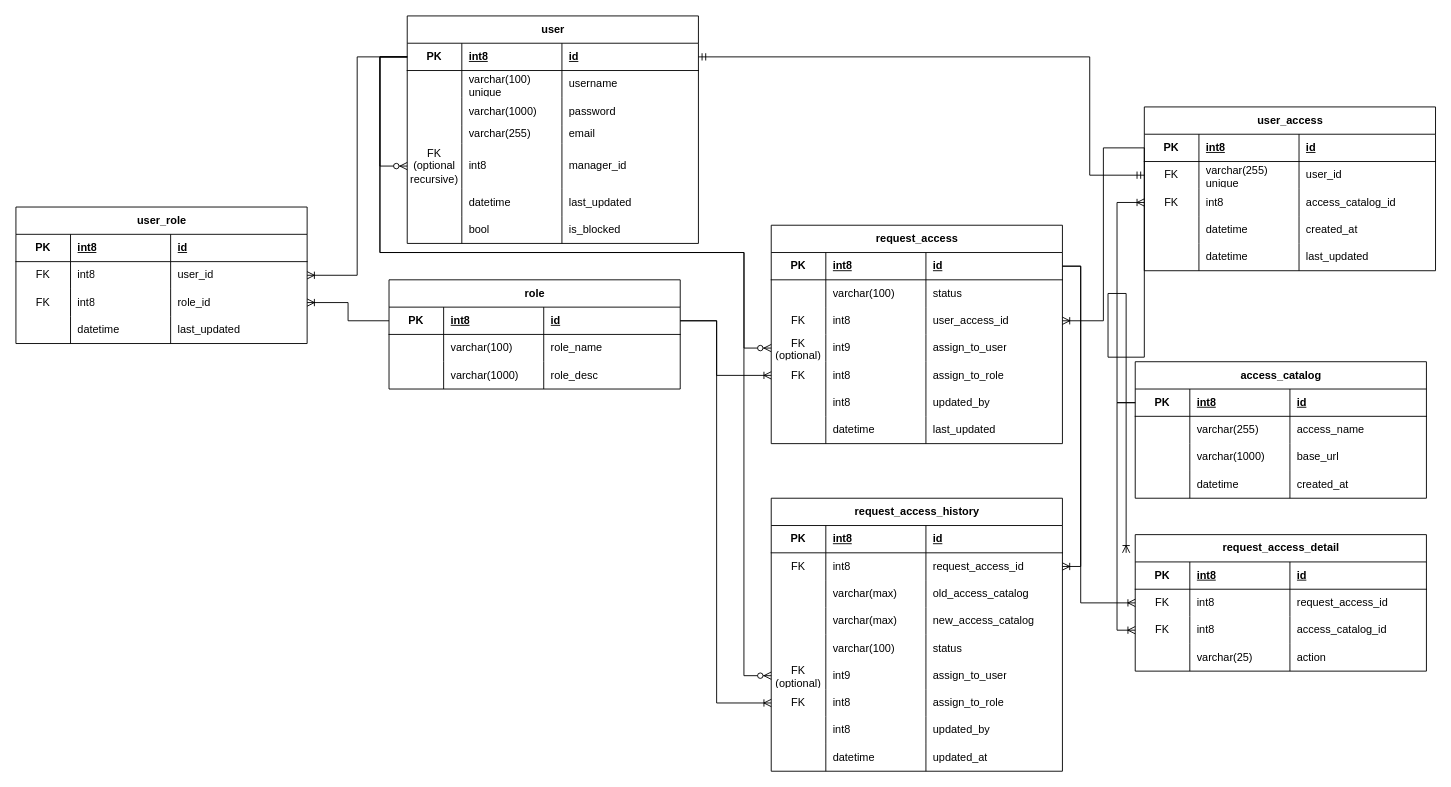
Earlier version of the draw.io diagram iam_service_erd.drawio (DakiGemoy/iam-services). Source tidied: cells renumbered, new cells numbered last; positions are measured from the earlier drawing's top-left corner, leaving out a move shared by most shapes. Both pictures are drawn from the tidied source at 91%, with x=0, y=0 at pixel (15, 15).
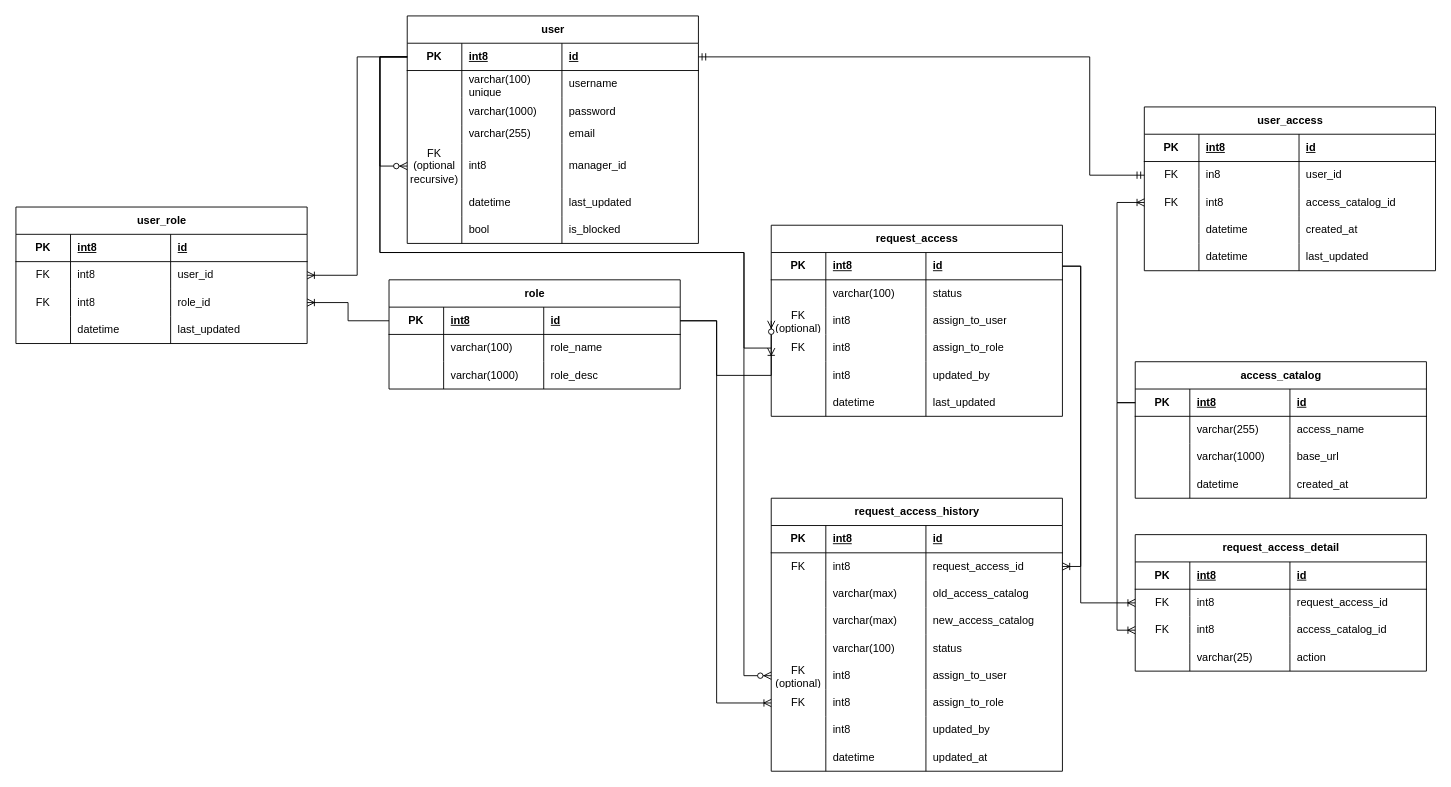
The same diagram, later.

The change refers to these unchanged cells:
```xml
<mxCell id="80" style="shape=tableRow;horizontal=0;startSize=0;swimlaneHead=0;swimlaneBody=0;fillColor=none;points=[[0,0.5],[1,0.5]];portConstraint=eastwest;top=0;left=0;right=0;bottom=1;" parent="79" vertex="1">
  <mxGeometry y="30" width="320" height="30" as="geometry" />
</mxCell>
<mxCell id="84" style="shape=tableRow;horizontal=0;startSize=0;swimlaneHead=0;swimlaneBody=0;fillColor=none;points=[[0,0.5],[1,0.5]];portConstraint=eastwest;top=0;left=0;right=0;bottom=0;" parent="79" vertex="1">
  <mxGeometry y="60" width="320" height="30" as="geometry" />
</mxCell>
<mxCell id="150" style="shape=tableRow;horizontal=0;startSize=0;swimlaneHead=0;swimlaneBody=0;fillColor=none;points=[[0,0.5],[1,0.5]];portConstraint=eastwest;top=0;left=0;right=0;bottom=0;" parent="129" vertex="1">
  <mxGeometry y="180" width="320" height="30" as="geometry" />
</mxCell>
```

Change to the diagram source:
```diff
@@
-    <mxCell id="86" value="varchar(255) unique" style="shape=partialRectangle;fillColor=none;top=0;left=0;bottom=0;right=0;align=left;spacingLeft=6;overflow=hidden;whiteSpace=wrap;html=1;" parent="84" vertex="1">
+    <mxCell id="86" value="in8" style="shape=partialRectangle;fillColor=none;top=0;left=0;bottom=0;right=0;align=left;spacingLeft=6;overflow=hidden;whiteSpace=wrap;html=1;" parent="84" vertex="1">
       <mxGeometry x="60" width="110" height="30" as="geometry" />
     </mxCell>
@@
     <mxCell id="100" value="request_access" style="shape=table;startSize=30;childLayout=tableLayout;rowLines=0;fontStyle=1;align=center;html=1;" parent="1" vertex="1">
-      <mxGeometry x="830" y="230" width="320" height="240" as="geometry" />
+      <mxGeometry x="830" y="230" width="320" height="210" as="geometry" />
     </mxCell>
@@
-    <mxCell id="109" style="shape=tableRow;horizontal=0;startSize=0;swimlaneHead=0;swimlaneBody=0;fillColor=none;points=[[0,0.5],[1,0.5]];portConstraint=eastwest;top=0;left=0;right=0;bottom=0;" parent="100" vertex="1">
-      <mxGeometry y="90" width="320" height="30" as="geometry" />
-    </mxCell>
-    <mxCell id="110" value="FK" style="shape=partialRectangle;fillColor=none;top=0;left=0;bottom=0;right=0;overflow=hidden;whiteSpace=wrap;html=1;" parent="109" vertex="1">
-      <mxGeometry width="60" height="30" as="geometry" />
-    </mxCell>
-    <mxCell id="111" value="int8" style="shape=partialRectangle;fillColor=none;top=0;left=0;bottom=0;right=0;align=left;spacingLeft=6;overflow=hidden;whiteSpace=wrap;html=1;" parent="109" vertex="1">
-      <mxGeometry x="60" width="110" height="30" as="geometry" />
-    </mxCell>
-    <mxCell id="112" value="user_access_id" style="shape=partialRectangle;fillColor=none;top=0;left=0;bottom=0;right=0;align=left;spacingLeft=6;overflow=hidden;whiteSpace=wrap;html=1;" parent="109" vertex="1">
-      <mxGeometry x="170" width="150" height="30" as="geometry" />
-    </mxCell>
     <mxCell id="113" style="shape=tableRow;horizontal=0;startSize=0;swimlaneHead=0;swimlaneBody=0;fillColor=none;points=[[0,0.5],[1,0.5]];portConstraint=eastwest;top=0;left=0;right=0;bottom=0;" parent="100" vertex="1">
-      <mxGeometry y="120" width="320" height="30" as="geometry" />
+      <mxGeometry y="90" width="320" height="30" as="geometry" />
     </mxCell>
@@
-    <mxCell id="115" value="int9" style="shape=partialRectangle;fillColor=none;top=0;left=0;bottom=0;right=0;align=left;spacingLeft=6;overflow=hidden;whiteSpace=wrap;html=1;" parent="113" vertex="1">
+    <mxCell id="115" value="int8" style="shape=partialRectangle;fillColor=none;top=0;left=0;bottom=0;right=0;align=left;spacingLeft=6;overflow=hidden;whiteSpace=wrap;html=1;" parent="113" vertex="1">
       <mxGeometry x="60" width="110" height="30" as="geometry" />
     </mxCell>
@@
     <mxCell id="117" style="shape=tableRow;horizontal=0;startSize=0;swimlaneHead=0;swimlaneBody=0;fillColor=none;points=[[0,0.5],[1,0.5]];portConstraint=eastwest;top=0;left=0;right=0;bottom=0;" parent="100" vertex="1">
-      <mxGeometry y="150" width="320" height="30" as="geometry" />
+      <mxGeometry y="120" width="320" height="30" as="geometry" />
     </mxCell>
@@
     <mxCell id="121" style="shape=tableRow;horizontal=0;startSize=0;swimlaneHead=0;swimlaneBody=0;fillColor=none;top=0;left=0;right=0;bottom=0;" parent="100" vertex="1">
-      <mxGeometry y="180" width="320" height="30" as="geometry" />
+      <mxGeometry y="150" width="320" height="30" as="geometry" />
     </mxCell>
@@
     <mxCell id="125" style="shape=tableRow;horizontal=0;startSize=0;swimlaneHead=0;swimlaneBody=0;fillColor=none;top=0;left=0;right=0;bottom=0;" parent="100" vertex="1">
-      <mxGeometry y="210" width="320" height="30" as="geometry" />
+      <mxGeometry y="180" width="320" height="30" as="geometry" />
     </mxCell>
@@
-    <mxCell id="152" value="int9" style="shape=partialRectangle;fillColor=none;top=0;left=0;bottom=0;right=0;align=left;spacingLeft=6;overflow=hidden;whiteSpace=wrap;html=1;" parent="150" vertex="1">
+    <mxCell id="152" value="int8" style="shape=partialRectangle;fillColor=none;top=0;left=0;bottom=0;right=0;align=left;spacingLeft=6;overflow=hidden;whiteSpace=wrap;html=1;" parent="150" vertex="1">
       <mxGeometry x="60" width="110" height="30" as="geometry" />
     </mxCell>
@@
-    <mxCell id="186" style="edgeStyle=orthogonalEdgeStyle;fontSize=12;html=1;endArrow=ERoneToMany;rounded=0;exitX=0;exitY=0.5;exitDx=0;exitDy=0;entryX=1;entryY=0.5;entryDx=0;entryDy=0;" parent="1" edge="1" source="80">
-      <mxGeometry relative="1" as="geometry">
-        <mxPoint x="1220" y="590" as="targetPoint" />
-        <Array as="points">
-          <mxPoint x="1200.1" y="375" />
-          <mxPoint x="1200.1" y="305" />
-        </Array>
-      </mxGeometry>
-    </mxCell>
@@
-    <mxCell id="191" style="edgeStyle=orthogonalEdgeStyle;fontSize=12;html=1;endArrow=ERoneToMany;rounded=0;entryX=1;entryY=0.5;entryDx=0;entryDy=0;exitX=0;exitY=0.5;exitDx=0;exitDy=0;" parent="1" edge="1" source="80" target="109">
-      <mxGeometry relative="1" as="geometry" />
-    </mxCell>
```
